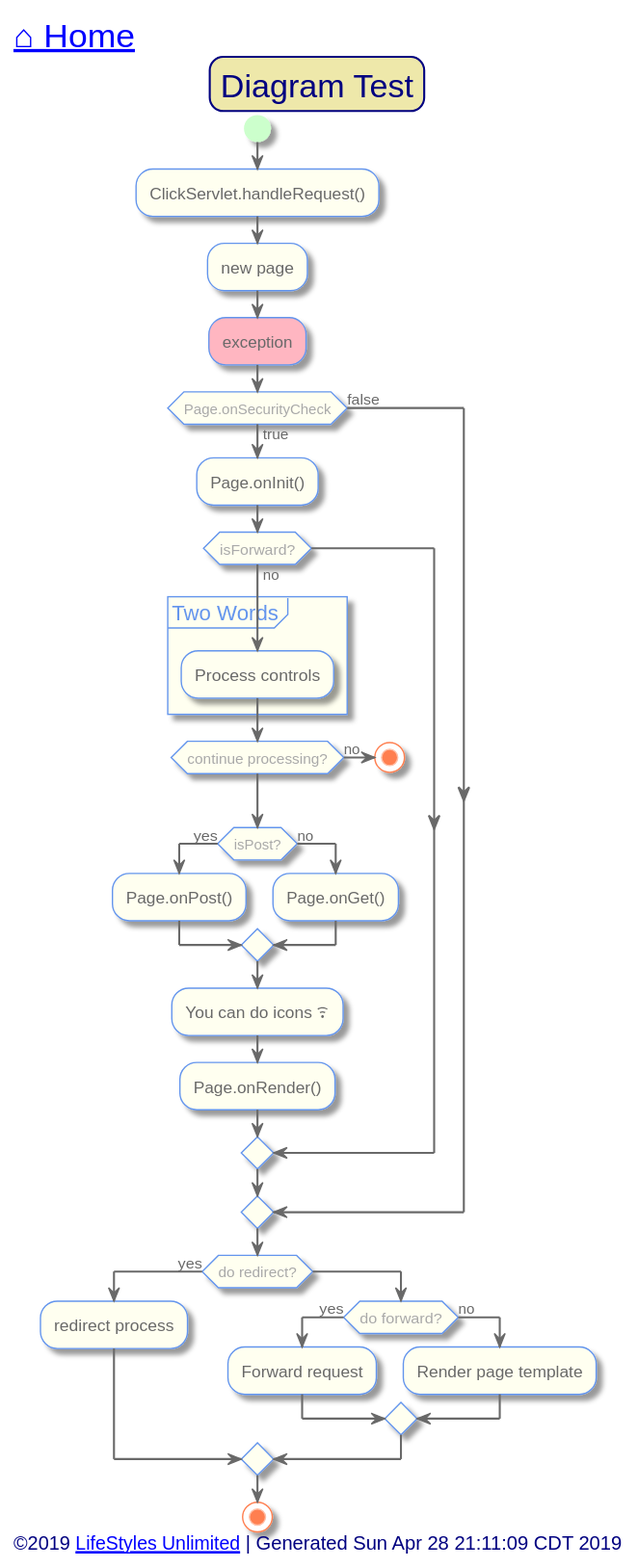
Above: out/src/test/diagram-test.svg in toddmo/lifestylesunlimited (PlantUML), before the change.
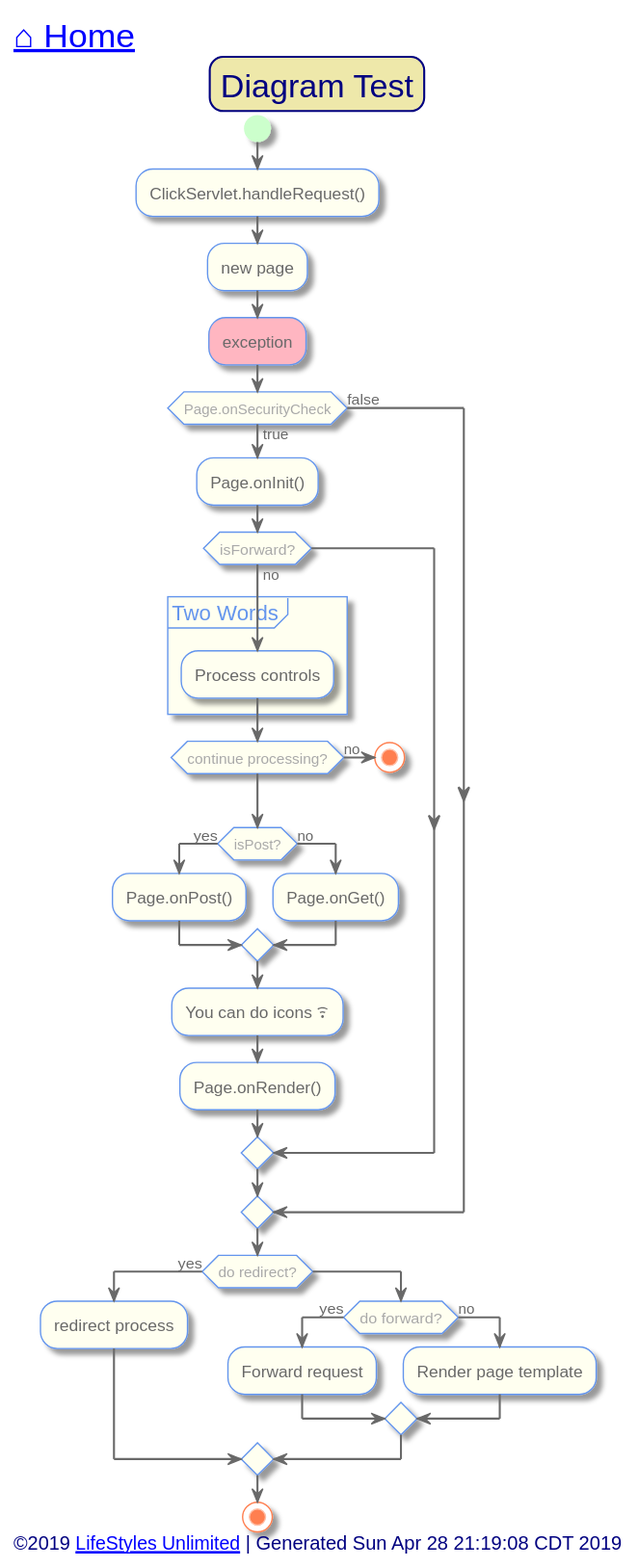
The same file after the commit.

Change to the diagram source:
```diff
@@ -125,7 +125,7 @@
 
 
 left footer
-	<font size=14>©2019 [[http://www.lifestylesunlimited.com LifeStyles Unlimited]] | Generated Sun Apr 28 21:11:09 CDT 2019</font>
+	<font size=14>©2019 [[http://www.lifestylesunlimited.com LifeStyles Unlimited]] | Generated Sun Apr 28 21:19:08 CDT 2019</font>
 endfooter
 
 
```
